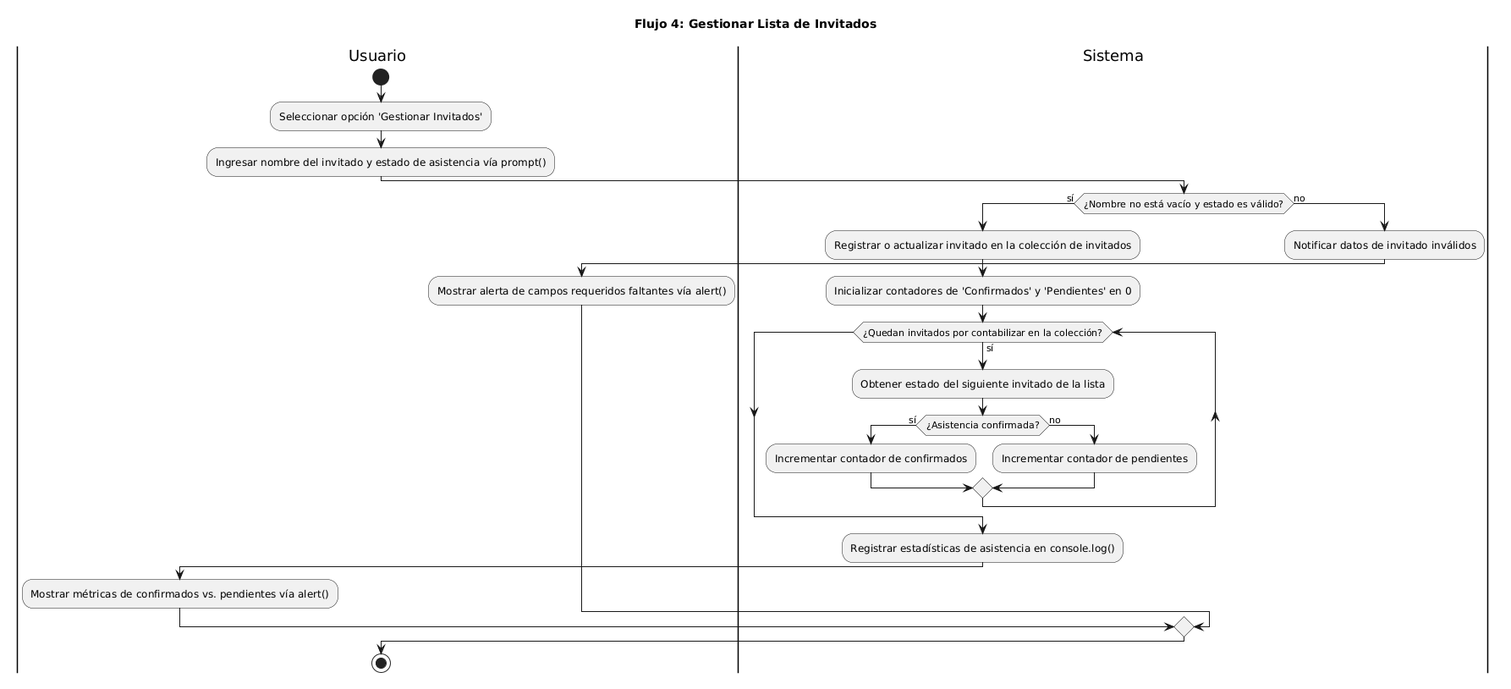
Before: docs/05-diagramas/01-diagrama-de-actividades/actividad-flujo-4-gestionar-invitados.png, a diagram exported from PlantUML (carolabenvenuto-uces/planit).
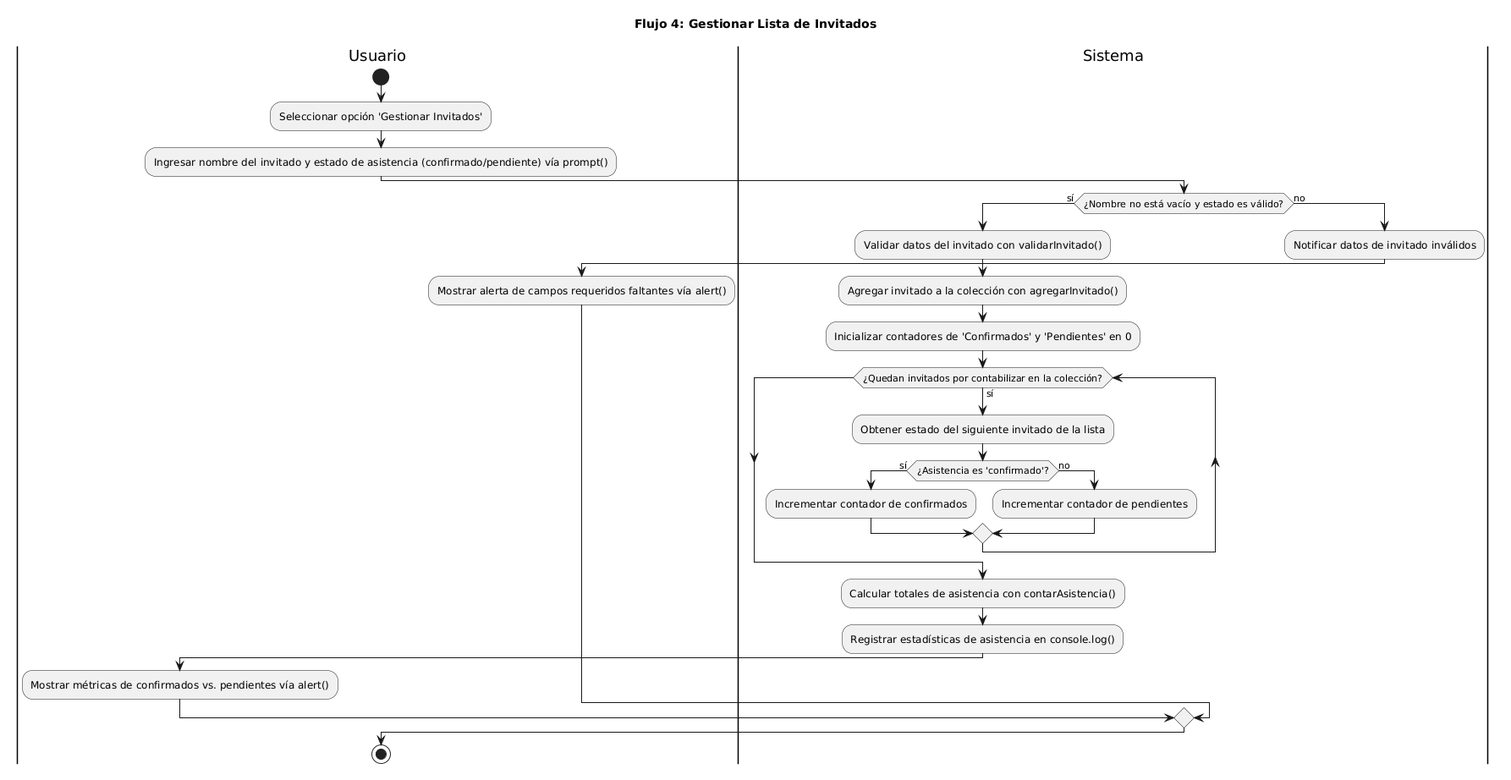
Above is the later version.

Commit message:
fix(diagramas): vuelve a 2 estados de asistencia y simplifica flujo 4 segun funciones de JS

Diff of the diagram source:
```diff
@@ -4,22 +4,25 @@
 |Usuario|
 start
 :Seleccionar opción 'Gestionar Invitados';
-:Ingresar nombre del invitado y estado de asistencia vía prompt();
+:Ingresar nombre del invitado y estado de asistencia (confirmado/pendiente) vía prompt();
 
 |Sistema|
 if (¿Nombre no está vacío y estado es válido?) then (sí)
-  :Registrar o actualizar invitado en la colección de invitados;
+  :Validar datos del invitado con validarInvitado();
+  :Agregar invitado a la colección con agregarInvitado();
   :Inicializar contadores de 'Confirmados' y 'Pendientes' en 0;
 
   while (¿Quedan invitados por contabilizar en la colección?) is (sí)
     :Obtener estado del siguiente invitado de la lista;
-    if (¿Asistencia confirmada?) then (sí)
+
+    if (¿Asistencia es 'confirmado'?) then (sí)
       :Incrementar contador de confirmados;
     else (no)
       :Incrementar contador de pendientes;
     endif
   endwhile
 
+  :Calcular totales de asistencia con contarAsistencia();
   :Registrar estadísticas de asistencia en console.log();
 
   |Usuario|
```
